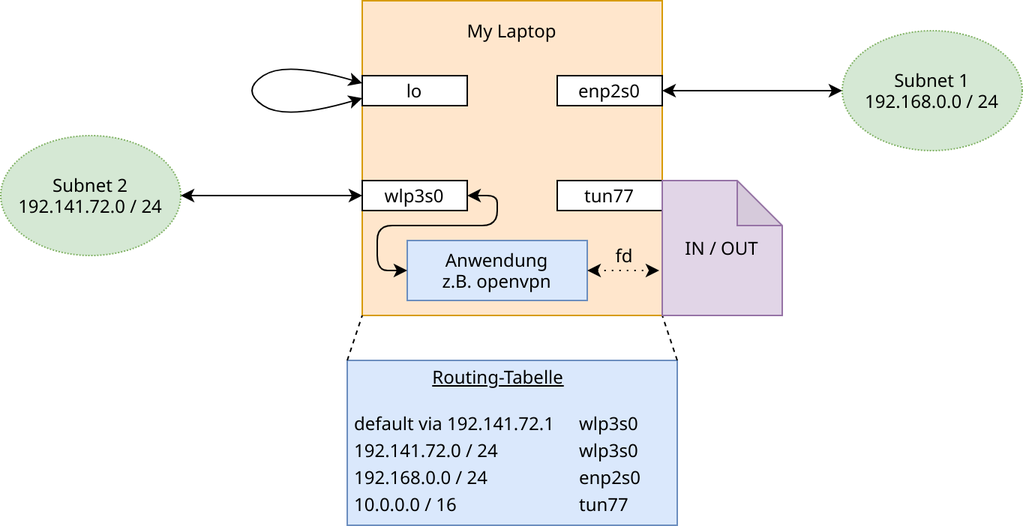
Before: latex/interfaces02.png, a diagram exported from draw.io (lucaswzyk/pres_tun_tap). Source tidied: cells renumbered, new cells last; positions are measured from the earlier drawing's top-left corner, leaving out a move shared by most shapes.
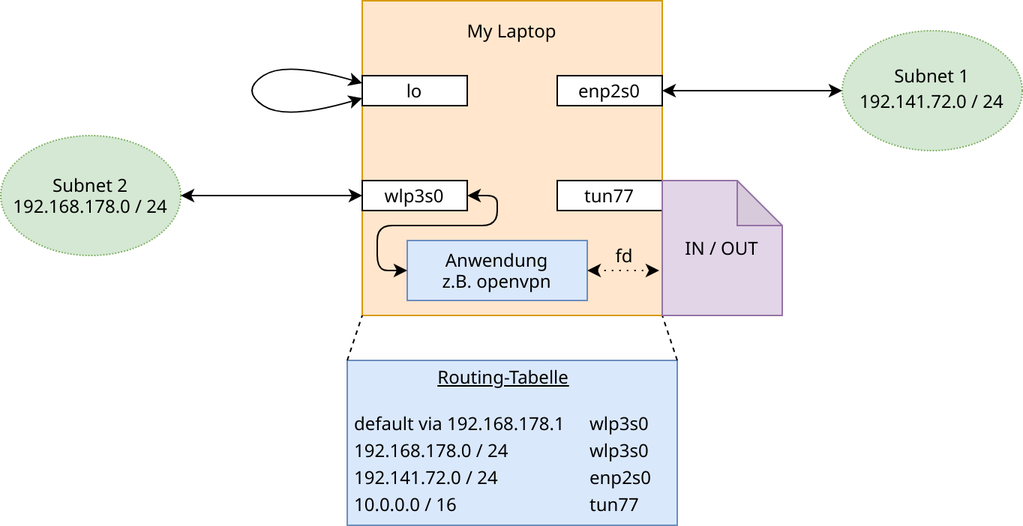
Above is the later version.

What changed in the source:
```diff
@@ -2,9 +2,9 @@
   <root>
     <mxCell id="0" />
     <mxCell id="1" parent="0" />
-    <mxCell id="2" style="rounded=0;whiteSpace=wrap;html=1;fillColor=#ffe6cc;strokeColor=#d79b00;" parent="1" vertex="1">
-      <mxGeometry x="241" width="200" height="210" as="geometry" />
-    </mxCell>
+    <mxCell id="21" style="rounded=0;whiteSpace=wrap;html=1;fillColor=#ffe6cc;strokeColor=#d79b00;" parent="1" vertex="1">
+      <mxGeometry x="241" width="200" height="210" as="geometry" />
+    </mxCell>
     <mxCell id="3" value="My Laptop" style="text;html=1;strokeColor=none;fillColor=none;align=center;verticalAlign=middle;whiteSpace=wrap;rounded=0;" parent="1" vertex="1">
       <mxGeometry x="301" y="10" width="80" height="20" as="geometry" />
     </mxCell>
@@ -17,18 +17,18 @@
     <mxCell id="6" value="wlp3s0" style="rounded=0;whiteSpace=wrap;html=1;" parent="1" vertex="1">
       <mxGeometry x="241" y="120" width="70" height="20" as="geometry" />
     </mxCell>
-    <mxCell id="7" value="Subnet 2&lt;br&gt;192.141.72.0 / 24" style="ellipse;whiteSpace=wrap;html=1;dashed=1;dashPattern=1 1;fillColor=#d5e8d4;strokeColor=#82b366;" parent="1" vertex="1">
-      <mxGeometry y="90" width="120" height="80" as="geometry" />
-    </mxCell>
-    <mxCell id="8" style="endArrow=classic;startArrow=classic;html=1;entryX=0;entryY=0.5;entryDx=0;entryDy=0;exitX=1;exitY=0.5;exitDx=0;exitDy=0;" parent="1" edge="1" source="5" target="10">
-      <mxGeometry relative="1" as="geometry" />
-    </mxCell>
-    <mxCell id="9" style="endArrow=classic;startArrow=classic;html=1;exitX=1;exitY=0.5;exitDx=0;exitDy=0;entryX=0;entryY=0.5;entryDx=0;entryDy=0;" parent="1" edge="1" source="7" target="6">
-      <mxGeometry relative="1" as="geometry" />
-    </mxCell>
-    <mxCell id="10" value="Subnet 1&lt;br&gt;192.168.0.0 / 24" style="ellipse;whiteSpace=wrap;html=1;dashed=1;dashPattern=1 1;fillColor=#d5e8d4;strokeColor=#82b366;" parent="1" vertex="1">
-      <mxGeometry x="561" y="20" width="120" height="80" as="geometry" />
-    </mxCell>
+    <mxCell id="22" value="Subnet 2&lt;br&gt;&lt;span style=&quot;text-align: left&quot;&gt;192.168.178.0 / 24&lt;/span&gt;" style="ellipse;whiteSpace=wrap;html=1;dashed=1;dashPattern=1 1;fillColor=#d5e8d4;strokeColor=#82b366;" parent="1" vertex="1">
+      <mxGeometry y="90" width="120" height="80" as="geometry" />
+    </mxCell>
+    <mxCell id="23" style="endArrow=classic;startArrow=classic;html=1;entryX=0;entryY=0.5;entryDx=0;entryDy=0;exitX=1;exitY=0.5;exitDx=0;exitDy=0;" parent="1" edge="1" source="5" target="25">
+      <mxGeometry relative="1" as="geometry" />
+    </mxCell>
+    <mxCell id="24" style="endArrow=classic;startArrow=classic;html=1;exitX=1;exitY=0.5;exitDx=0;exitDy=0;entryX=0;entryY=0.5;entryDx=0;entryDy=0;" parent="1" edge="1" source="22" target="6">
+      <mxGeometry relative="1" as="geometry" />
+    </mxCell>
+    <mxCell id="25" value="Subnet 1&lt;br&gt;&lt;table style=&quot;text-align: left&quot;&gt;&lt;tbody&gt;&lt;tr&gt;&lt;td&gt;192.141.72.0 / 24&lt;br&gt;&lt;/td&gt;&lt;/tr&gt;&lt;/tbody&gt;&lt;/table&gt;" style="ellipse;whiteSpace=wrap;html=1;dashed=1;dashPattern=1 1;fillColor=#d5e8d4;strokeColor=#82b366;" parent="1" vertex="1">
+      <mxGeometry x="561" y="20" width="120" height="80" as="geometry" />
+    </mxCell>
     <mxCell id="11" style="endArrow=classic;startArrow=classic;html=1;entryX=0;entryY=0.25;entryDx=0;entryDy=0;exitX=0;exitY=0.75;exitDx=0;exitDy=0;curved=1;" parent="1" edge="1" source="4" target="4">
       <mxGeometry relative="1" as="geometry">
         <Array as="points">
@@ -38,15 +38,15 @@
         </Array>
       </mxGeometry>
     </mxCell>
-    <mxCell id="12" value="&lt;div style=&quot;text-align: center&quot;&gt;&lt;span&gt;&lt;u&gt;Routing-Tabelle&lt;/u&gt;&lt;/span&gt;&lt;/div&gt;&lt;div&gt;&lt;span&gt;&lt;u&gt;&lt;br&gt;&lt;/u&gt;&lt;/span&gt;&lt;/div&gt;&lt;table&gt;&lt;tbody&gt;&lt;tr&gt;&lt;td&gt;default via 192.141.72.1&amp;nbsp; &amp;nbsp;&amp;nbsp;&lt;br&gt;&lt;/td&gt;&lt;td&gt;wlp3s0&lt;br&gt;&lt;/td&gt;&lt;/tr&gt;&lt;tr&gt;&lt;td&gt;192.141.72.0 / 24&lt;br&gt;&lt;/td&gt;&lt;td&gt;wlp3s0&lt;br&gt;&lt;/td&gt;&lt;/tr&gt;&lt;tr&gt;&lt;td&gt;192.168.0.0 / 24&lt;br&gt;&lt;/td&gt;&lt;td&gt;enp2s0&lt;br&gt;&lt;/td&gt;&lt;/tr&gt;&lt;tr&gt;&lt;td&gt;10.0.0.0 / 16&lt;/td&gt;&lt;td&gt;tun77&lt;/td&gt;&lt;/tr&gt;&lt;/tbody&gt;&lt;/table&gt;" style="rounded=0;whiteSpace=wrap;html=1;fillColor=#dae8fc;strokeColor=#6c8ebf;align=left;" parent="1" vertex="1">
-      <mxGeometry x="231" y="240" width="220" height="110" as="geometry" />
-    </mxCell>
-    <mxCell id="13" style="endArrow=none;dashed=1;html=1;exitX=0;exitY=0;exitDx=0;exitDy=0;entryX=0;entryY=1;entryDx=0;entryDy=0;" parent="1" edge="1" source="12" target="2">
-      <mxGeometry relative="1" as="geometry" />
-    </mxCell>
-    <mxCell id="14" style="endArrow=none;dashed=1;html=1;exitX=1;exitY=0;exitDx=0;exitDy=0;entryX=1;entryY=1;entryDx=0;entryDy=0;" parent="1" edge="1" source="12" target="2">
-      <mxGeometry relative="1" as="geometry" />
-    </mxCell>
+    <mxCell id="26" value="&lt;div style=&quot;text-align: center&quot;&gt;&lt;span&gt;&lt;u&gt;Routing-Tabelle&lt;/u&gt;&lt;/span&gt;&lt;/div&gt;&lt;div&gt;&lt;span&gt;&lt;u&gt;&lt;br&gt;&lt;/u&gt;&lt;/span&gt;&lt;/div&gt;&lt;table&gt;&lt;tbody&gt;&lt;tr&gt;&lt;td&gt;default via 192.168.178.1&amp;nbsp; &amp;nbsp;&amp;nbsp;&lt;br&gt;&lt;/td&gt;&lt;td&gt;wlp3s0&lt;br&gt;&lt;/td&gt;&lt;/tr&gt;&lt;tr&gt;&lt;td&gt;192.168.178.0 / 24&lt;br&gt;&lt;/td&gt;&lt;td&gt;wlp3s0&lt;br&gt;&lt;/td&gt;&lt;/tr&gt;&lt;tr&gt;&lt;td&gt;192.141.72.0 / 24&lt;br&gt;&lt;/td&gt;&lt;td&gt;enp2s0&lt;br&gt;&lt;/td&gt;&lt;/tr&gt;&lt;tr&gt;&lt;td&gt;10.0.0.0 / 16&lt;/td&gt;&lt;td&gt;tun77&lt;/td&gt;&lt;/tr&gt;&lt;/tbody&gt;&lt;/table&gt;" style="rounded=0;whiteSpace=wrap;html=1;fillColor=#dae8fc;strokeColor=#6c8ebf;align=left;" parent="1" vertex="1">
+      <mxGeometry x="231" y="240" width="220" height="110" as="geometry" />
+    </mxCell>
+    <mxCell id="27" style="endArrow=none;dashed=1;html=1;exitX=0;exitY=0;exitDx=0;exitDy=0;entryX=0;entryY=1;entryDx=0;entryDy=0;" parent="1" edge="1" source="26" target="21">
+      <mxGeometry relative="1" as="geometry" />
+    </mxCell>
+    <mxCell id="28" style="endArrow=none;dashed=1;html=1;exitX=1;exitY=0;exitDx=0;exitDy=0;entryX=1;entryY=1;entryDx=0;entryDy=0;" parent="1" edge="1" source="26" target="21">
+      <mxGeometry relative="1" as="geometry" />
+    </mxCell>
     <mxCell id="15" value="tun77" style="rounded=0;whiteSpace=wrap;html=1;" parent="1" vertex="1">
       <mxGeometry x="371" y="120" width="70" height="20" as="geometry" />
     </mxCell>
@@ -56,11 +56,11 @@
     <mxCell id="17" value="Anwendung&lt;br&gt;z.B. openvpn" style="rounded=0;whiteSpace=wrap;html=1;fillColor=#dae8fc;strokeColor=#6c8ebf;" parent="1" vertex="1">
       <mxGeometry x="271" y="160" width="120" height="40" as="geometry" />
     </mxCell>
-    <mxCell id="18" style="endArrow=classic;startArrow=classic;html=1;exitX=1;exitY=0.5;exitDx=0;exitDy=0;dashed=1;dashPattern=1 4;" parent="1" edge="1" source="17">
-      <mxGeometry relative="1" as="geometry">
-        <mxPoint x="439" y="180" as="targetPoint" />
-      </mxGeometry>
-    </mxCell>
+    <mxCell id="29" style="endArrow=classic;startArrow=classic;html=1;exitX=1;exitY=0.5;exitDx=0;exitDy=0;dashed=1;dashPattern=1 4;" parent="1" edge="1" source="17">
+      <mxGeometry relative="1" as="geometry">
+        <mxPoint x="439" y="180" as="targetPoint" />
+      </mxGeometry>
+    </mxCell>
     <mxCell id="19" style="endArrow=classic;startArrow=classic;html=1;entryX=1;entryY=0.5;entryDx=0;entryDy=0;exitX=0;exitY=0.5;exitDx=0;exitDy=0;exitPerimeter=0;" parent="1" edge="1" source="17" target="6">
       <mxGeometry relative="1" as="geometry">
         <Array as="points">
```
